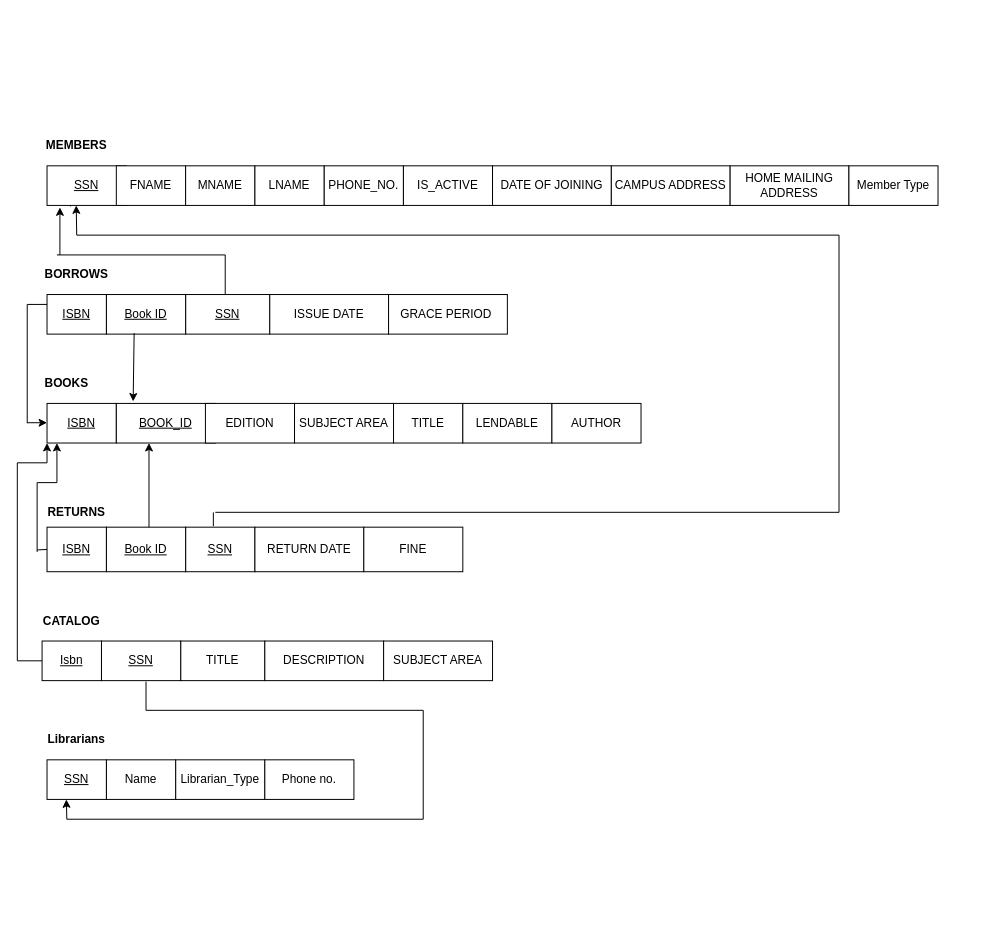
The draw.io diagram Relational Schema.drawio in aditpatil10/Library-Management-System, before the edit. Source tidied: cells renumbered, new cells numbered last; positions are measured from the earlier drawing's top-left corner, leaving out a move shared by most shapes. Both pictures are drawn from the tidied source at 99%, with x=0, y=0 at pixel (17, 136).
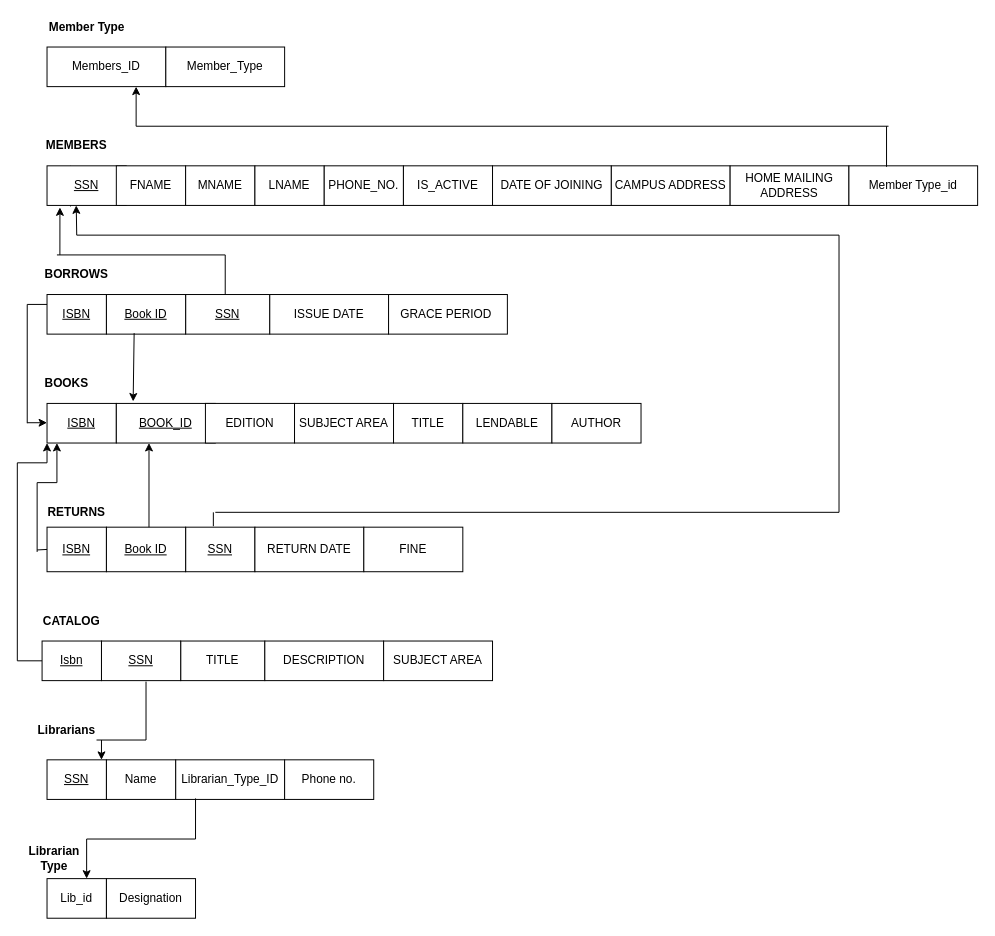
Above is the later version.

Commit message:
Update [Additional Tables added]

Diff of the diagram source:
```diff
@@
-    <mxCell id="38" value="Librarian_Type" style="rounded=0;whiteSpace=wrap;html=1;" parent="1" vertex="1">
-      <mxGeometry x="160" y="630" width="90" height="40" as="geometry" />
+    <mxCell id="38" value="Librarian_Type_ID" style="rounded=0;whiteSpace=wrap;html=1;" parent="1" vertex="1">
+      <mxGeometry x="160" y="630" width="110" height="40" as="geometry" />
     </mxCell>
     <mxCell id="39" value="Phone no." style="rounded=0;whiteSpace=wrap;html=1;" parent="1" vertex="1">
-      <mxGeometry x="250" y="630" width="90" height="40" as="geometry" />
+      <mxGeometry x="270" y="630" width="90" height="40" as="geometry" />
     </mxCell>
     <mxCell id="40" value="&lt;b&gt;Librarians&lt;/b&gt;" style="text;html=1;strokeColor=none;fillColor=none;align=center;verticalAlign=middle;whiteSpace=wrap;rounded=0;" parent="1" vertex="1">
-      <mxGeometry x="40" y="600" width="40" height="20" as="geometry" />
+      <mxGeometry x="30" y="590" width="40" height="20" as="geometry" />
     </mxCell>
@@
-    <mxCell id="52" style="endArrow=none;html=1;" parent="1" edge="1">
-      <mxGeometry relative="1" as="geometry">
-        <mxPoint x="410" y="690" as="sourcePoint" />
-        <mxPoint x="410" y="580" as="targetPoint" />
-      </mxGeometry>
-    </mxCell>
-    <mxCell id="53" style="endArrow=none;html=1;" parent="1" edge="1">
-      <mxGeometry relative="1" as="geometry">
-        <mxPoint x="50" y="690" as="sourcePoint" />
-        <mxPoint x="410" y="690" as="targetPoint" />
-      </mxGeometry>
-    </mxCell>
-    <mxCell id="54" style="endArrow=classic;html=1;" parent="1" edge="1">
-      <mxGeometry relative="1" as="geometry">
-        <mxPoint x="50" y="690" as="sourcePoint" />
-        <mxPoint x="49.5" y="670" as="targetPoint" />
-      </mxGeometry>
-    </mxCell>
-    <mxCell id="55" style="endArrow=none;html=1;" parent="1" edge="1">
-      <mxGeometry relative="1" as="geometry">
-        <mxPoint x="130" y="580" as="sourcePoint" />
-        <mxPoint x="410" y="580" as="targetPoint" />
-      </mxGeometry>
-    </mxCell>
     <mxCell id="56" style="endArrow=none;html=1;" parent="1" edge="1">
       <mxGeometry relative="1" as="geometry">
-        <mxPoint x="130" y="580" as="sourcePoint" />
+        <mxPoint x="130" y="610" as="sourcePoint" />
         <mxPoint x="130" y="551" as="targetPoint" />
       </mxGeometry>
     </mxCell>
@@
-    <mxCell id="70" value="Member Type" style="rounded=0;whiteSpace=wrap;html=1;" parent="1" vertex="1">
-      <mxGeometry x="840" y="30" width="90" height="40" as="geometry" />
+    <mxCell id="70" value="Member Type_id" style="rounded=0;whiteSpace=wrap;html=1;" parent="1" vertex="1">
+      <mxGeometry x="840" y="30" width="130" height="40" as="geometry" />
     </mxCell>
+    <mxCell id="71" value="Lib_id" style="rounded=0;whiteSpace=wrap;html=1;" parent="1" vertex="1">
+      <mxGeometry x="30" y="750" width="60" height="40" as="geometry" />
+    </mxCell>
+    <mxCell id="72" value="Designation" style="rounded=0;whiteSpace=wrap;html=1;" parent="1" vertex="1">
+      <mxGeometry x="90" y="750" width="90" height="40" as="geometry" />
+    </mxCell>
+    <mxCell id="73" style="endArrow=none;html=1;" parent="1" edge="1">
+      <mxGeometry relative="1" as="geometry">
+        <mxPoint x="80" y="610" as="sourcePoint" />
+        <mxPoint x="130" y="610" as="targetPoint" />
+      </mxGeometry>
+    </mxCell>
+    <mxCell id="74" style="endArrow=classic;html=1;" parent="1" edge="1">
+      <mxGeometry relative="1" as="geometry">
+        <mxPoint x="85" y="610" as="sourcePoint" />
+        <mxPoint x="85" y="630" as="targetPoint" />
+      </mxGeometry>
+    </mxCell>
+    <mxCell id="75" style="endArrow=none;html=1;" parent="1" edge="1">
+      <mxGeometry relative="1" as="geometry">
+        <mxPoint x="70" y="710" as="sourcePoint" />
+        <mxPoint x="180" y="710" as="targetPoint" />
+      </mxGeometry>
+    </mxCell>
+    <mxCell id="76" style="endArrow=classic;html=1;" parent="1" edge="1">
+      <mxGeometry relative="1" as="geometry">
+        <mxPoint x="70" y="710" as="sourcePoint" />
+        <mxPoint x="70" y="750" as="targetPoint" />
+      </mxGeometry>
+    </mxCell>
+    <mxCell id="77" style="endArrow=none;html=1;entryX=0.182;entryY=0.975;entryDx=0;entryDy=0;entryPerimeter=0;" parent="1" edge="1" target="38">
+      <mxGeometry relative="1" as="geometry">
+        <mxPoint x="180" y="710" as="sourcePoint" />
+      </mxGeometry>
+    </mxCell>
+    <mxCell id="78" value="&lt;b&gt;Librarian Type&lt;/b&gt;" style="text;html=1;strokeColor=none;fillColor=none;align=center;verticalAlign=middle;whiteSpace=wrap;rounded=0;" parent="1" vertex="1">
+      <mxGeometry y="720" width="75" height="20" as="geometry" />
+    </mxCell>
+    <mxCell id="79" value="Members_ID" style="rounded=0;whiteSpace=wrap;html=1;" parent="1" vertex="1">
+      <mxGeometry x="30" y="-90" width="120" height="40" as="geometry" />
+    </mxCell>
+    <mxCell id="80" value="Member_Type" style="rounded=0;whiteSpace=wrap;html=1;" parent="1" vertex="1">
+      <mxGeometry x="150" y="-90" width="120" height="40" as="geometry" />
+    </mxCell>
+    <mxCell id="81" value="&lt;b&gt;Member Type&lt;/b&gt;" style="text;html=1;strokeColor=none;fillColor=none;align=center;verticalAlign=middle;whiteSpace=wrap;rounded=0;" parent="1" vertex="1">
+      <mxGeometry x="27.5" y="-120" width="85" height="20" as="geometry" />
+    </mxCell>
+    <mxCell id="82" style="endArrow=none;html=1;" parent="1" edge="1">
+      <mxGeometry relative="1" as="geometry">
+        <mxPoint x="120" y="-10" as="sourcePoint" />
+        <mxPoint x="880" y="-10" as="targetPoint" />
+      </mxGeometry>
+    </mxCell>
+    <mxCell id="83" style="endArrow=classic;html=1;" parent="1" edge="1">
+      <mxGeometry relative="1" as="geometry">
+        <mxPoint x="120" y="-10" as="sourcePoint" />
+        <mxPoint x="120" y="-50" as="targetPoint" />
+      </mxGeometry>
+    </mxCell>
+    <mxCell id="84" style="endArrow=none;html=1;" parent="1" edge="1">
+      <mxGeometry relative="1" as="geometry">
+        <mxPoint x="878" y="31" as="sourcePoint" />
+        <mxPoint x="878" y="-10" as="targetPoint" />
+      </mxGeometry>
+    </mxCell>
```
